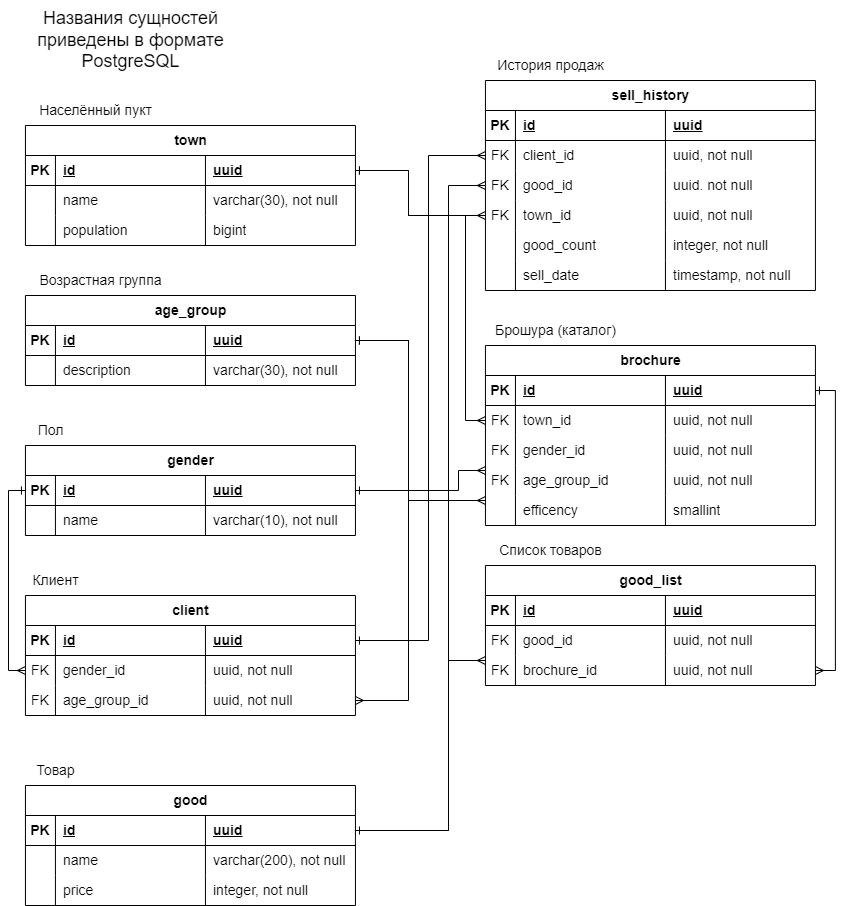
Before: Cataloguer/Resources/ЛР2.drawio.png, a diagram exported from draw.io (VadimKarelov/Cataloguer). Source tidied: cells renumbered, new cells last; positions are measured from the earlier drawing's top-left corner, leaving out a move shared by most shapes.
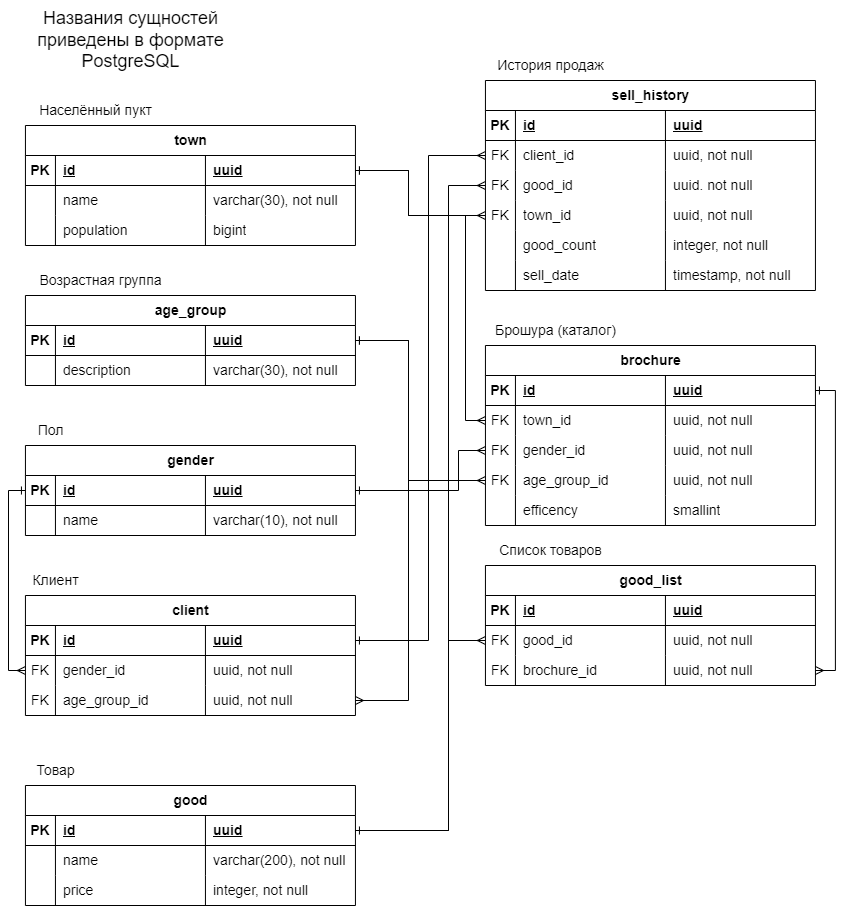
Above is the later version.

Commit message:
подправил связи

The edit, as a diff of the source:
```diff
@@ -361,12 +361,11 @@
         </Array>
       </mxGeometry>
     </mxCell>
-    <mxCell id="120" style="edgeStyle=orthogonalEdgeStyle;rounded=0;jettySize=auto;html=1;exitX=1;exitY=0.5;exitDx=0;exitDy=0;entryX=0;entryY=0.5;entryDx=0;entryDy=0;startArrow=ERone;startFill=0;endArrow=ERmany;endFill=0;fontSize=14;" parent="1" edge="1" source="3">
+    <mxCell id="120" style="edgeStyle=orthogonalEdgeStyle;rounded=0;jettySize=auto;html=1;exitX=1;exitY=0.5;exitDx=0;exitDy=0;startArrow=ERone;startFill=0;endArrow=ERmany;endFill=0;fontSize=14;entryX=0;entryY=0.5;entryDx=0;entryDy=0;" parent="1" edge="1" source="3" target="98">
       <mxGeometry relative="1" as="geometry">
-        <mxPoint x="476.9" y="500" as="targetPoint" />
         <Array as="points">
           <mxPoint x="400" y="340" />
-          <mxPoint x="400" y="500" />
+          <mxPoint x="400" y="480" />
         </Array>
       </mxGeometry>
     </mxCell>
@@ -396,21 +395,19 @@
         </Array>
       </mxGeometry>
     </mxCell>
-    <mxCell id="124" style="edgeStyle=orthogonalEdgeStyle;rounded=0;jettySize=auto;html=1;exitX=1;exitY=0.5;exitDx=0;exitDy=0;entryX=0;entryY=0.5;entryDx=0;entryDy=0;endArrow=ERmany;endFill=0;startArrow=ERone;startFill=0;fontSize=14;" parent="1" edge="1" source="39">
+    <mxCell id="124" style="edgeStyle=orthogonalEdgeStyle;rounded=0;jettySize=auto;html=1;exitX=1;exitY=0.5;exitDx=0;exitDy=0;endArrow=ERmany;endFill=0;startArrow=ERone;startFill=0;fontSize=14;entryX=0;entryY=0.5;entryDx=0;entryDy=0;" parent="1" edge="1" source="39" target="94">
       <mxGeometry relative="1" as="geometry">
-        <mxPoint x="476.9" y="470" as="targetPoint" />
         <Array as="points">
           <mxPoint x="450" y="490" />
-          <mxPoint x="450" y="470" />
+          <mxPoint x="450" y="450" />
         </Array>
       </mxGeometry>
     </mxCell>
-    <mxCell id="125" style="edgeStyle=orthogonalEdgeStyle;rounded=0;jettySize=auto;html=1;exitX=1;exitY=0.5;exitDx=0;exitDy=0;entryX=0;entryY=0.5;entryDx=0;entryDy=0;endArrow=ERmany;endFill=0;startArrow=ERone;startFill=0;fontSize=14;" parent="1" edge="1" source="73">
+    <mxCell id="125" style="edgeStyle=orthogonalEdgeStyle;rounded=0;jettySize=auto;html=1;exitX=1;exitY=0.5;exitDx=0;exitDy=0;entryX=0;entryY=0.5;entryDx=0;entryDy=0;endArrow=ERmany;endFill=0;startArrow=ERone;startFill=0;fontSize=14;" parent="1" edge="1" source="73" target="111">
       <mxGeometry relative="1" as="geometry">
-        <mxPoint x="476.9" y="660" as="targetPoint" />
         <Array as="points">
           <mxPoint x="440" y="830" />
-          <mxPoint x="440" y="660" />
+          <mxPoint x="440" y="640" />
         </Array>
       </mxGeometry>
     </mxCell>
```
